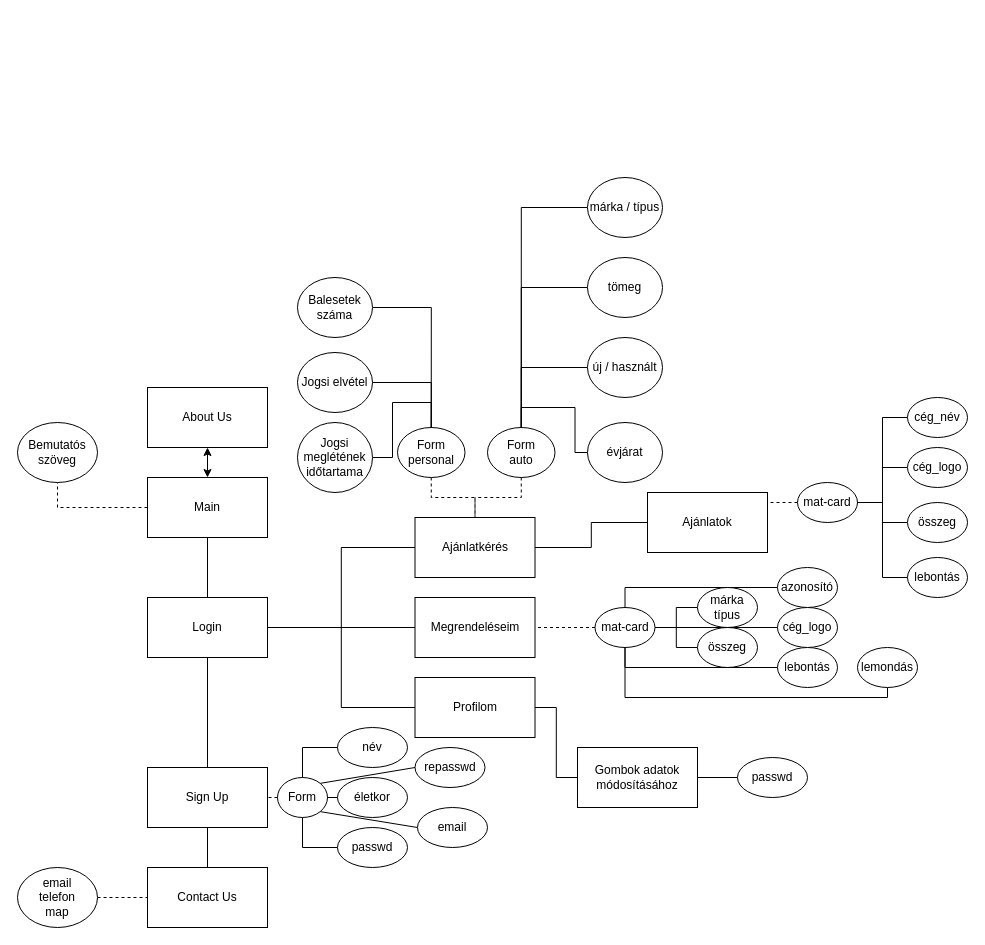
Earlier version of the draw.io diagram documentation/webkert.drawio (sc4n1a471/webkert-project). Source tidied: cells renumbered, new cells numbered last; positions are measured from the earlier drawing's top-left corner, leaving out a move shared by most shapes. Both pictures are drawn from the tidied source at 100%, with x=0, y=0 at pixel (17, 177).
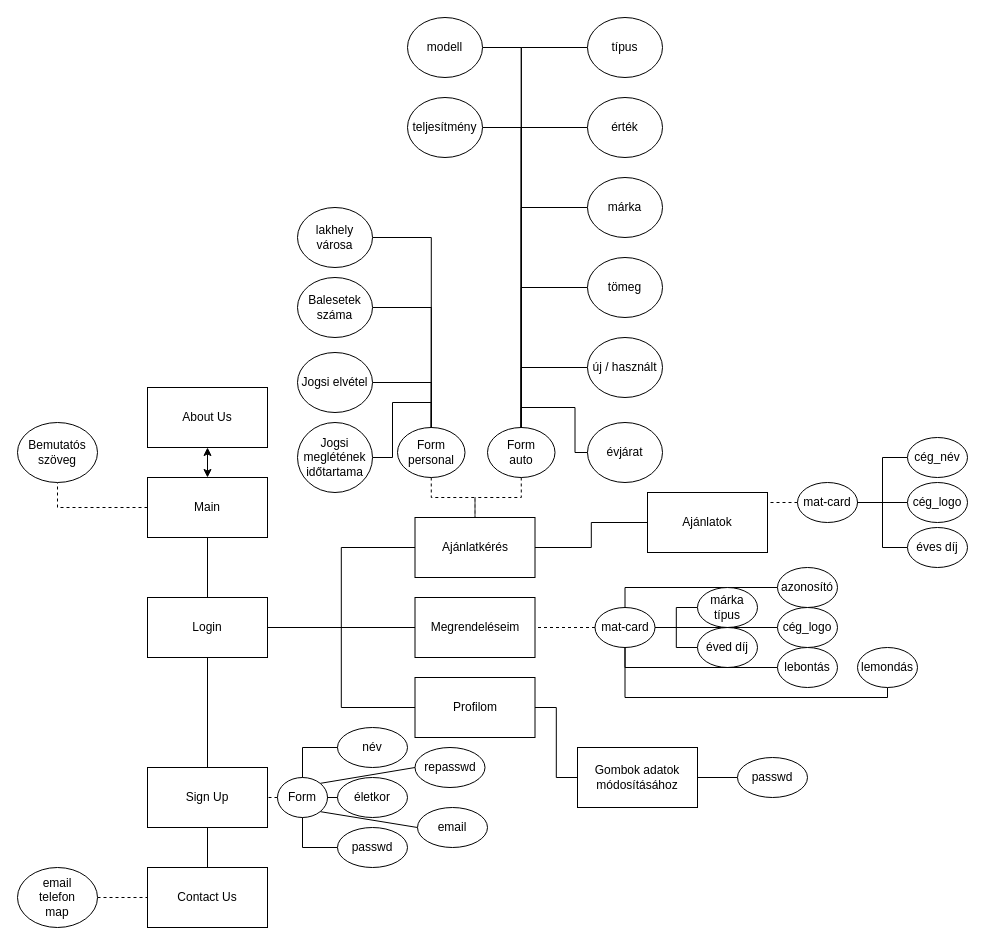
Above is the later version.

Unchanged cells that the change refers to:
```xml
<mxCell id="18" value="Form&lt;br&gt;personal" style="ellipse;whiteSpace=wrap;html=1;" parent="1" vertex="1">
  <mxGeometry x="380" y="250" width="67.5" height="50" as="geometry" />
</mxCell>
<mxCell id="39" value="mat-card" style="ellipse;whiteSpace=wrap;html=1;" parent="1" vertex="1">
  <mxGeometry x="780" y="305" width="60" height="40" as="geometry" />
</mxCell>
<mxCell id="50" value="Form&lt;br&gt;auto" style="ellipse;whiteSpace=wrap;html=1;" parent="1" vertex="1">
  <mxGeometry x="470" y="250" width="67.5" height="50" as="geometry" />
</mxCell>
```

Diff of the diagram source:
```diff
@@
     <mxCell id="41" value="cég_név" style="ellipse;whiteSpace=wrap;html=1;" parent="1" vertex="1">
-      <mxGeometry x="890" y="220" width="60" height="40" as="geometry" />
+      <mxGeometry x="890" y="260" width="60" height="40" as="geometry" />
     </mxCell>
@@
-    <mxCell id="43" value="összeg" style="ellipse;whiteSpace=wrap;html=1;" parent="1" vertex="1">
-      <mxGeometry x="890" y="325" width="60" height="40" as="geometry" />
+    <mxCell id="43" value="éves díj" style="ellipse;whiteSpace=wrap;html=1;" parent="1" vertex="1">
+      <mxGeometry x="890" y="350" width="60" height="40" as="geometry" />
     </mxCell>
-    <mxCell id="44" style="edgeStyle=orthogonalEdgeStyle;rounded=0;jettySize=auto;html=1;exitX=0;exitY=0.5;exitDx=0;exitDy=0;entryX=1;entryY=0.5;entryDx=0;entryDy=0;startArrow=none;startFill=0;endArrow=none;endFill=0;" parent="1" edge="1" source="45" target="39">
-      <mxGeometry relative="1" as="geometry" />
-    </mxCell>
-    <mxCell id="45" value="lebontás" style="ellipse;whiteSpace=wrap;html=1;" parent="1" vertex="1">
-      <mxGeometry x="890" y="380" width="60" height="40" as="geometry" />
-    </mxCell>
@@
     <mxCell id="47" value="cég_logo" style="ellipse;whiteSpace=wrap;html=1;" parent="1" vertex="1">
-      <mxGeometry x="890" y="270" width="60" height="40" as="geometry" />
+      <mxGeometry x="890" y="305" width="60" height="40" as="geometry" />
     </mxCell>
@@
-    <mxCell id="57" value="márka / típus" style="ellipse;whiteSpace=wrap;html=1;" parent="1" vertex="1">
+    <mxCell id="57" value="márka" style="ellipse;whiteSpace=wrap;html=1;" parent="1" vertex="1">
       <mxGeometry x="570" width="75" height="60" as="geometry" />
     </mxCell>
@@
-    <mxCell id="63" value="összeg" style="ellipse;whiteSpace=wrap;html=1;" parent="1" vertex="1">
+    <mxCell id="63" value="éved díj" style="ellipse;whiteSpace=wrap;html=1;" parent="1" vertex="1">
       <mxGeometry x="680" y="450" width="60" height="40" as="geometry" />
     </mxCell>
@@
+    <mxCell id="82" style="edgeStyle=orthogonalEdgeStyle;rounded=0;jettySize=auto;html=1;exitX=1;exitY=0.5;exitDx=0;exitDy=0;entryX=0.5;entryY=0;entryDx=0;entryDy=0;endArrow=none;endFill=0;" parent="1" edge="1" source="83" target="18">
+      <mxGeometry relative="1" as="geometry" />
+    </mxCell>
+    <mxCell id="83" value="lakhely városa" style="ellipse;whiteSpace=wrap;html=1;" parent="1" vertex="1">
+      <mxGeometry x="280" y="30" width="75" height="60" as="geometry" />
+    </mxCell>
+    <mxCell id="84" style="edgeStyle=orthogonalEdgeStyle;rounded=0;jettySize=auto;html=1;exitX=0;exitY=0.5;exitDx=0;exitDy=0;entryX=0.5;entryY=0;entryDx=0;entryDy=0;endArrow=none;endFill=0;" parent="1" edge="1" source="85" target="50">
+      <mxGeometry relative="1" as="geometry" />
+    </mxCell>
+    <mxCell id="85" value="érték" style="ellipse;whiteSpace=wrap;html=1;" parent="1" vertex="1">
+      <mxGeometry x="570" y="-80" width="75" height="60" as="geometry" />
+    </mxCell>
+    <mxCell id="86" style="edgeStyle=orthogonalEdgeStyle;rounded=0;jettySize=auto;html=1;exitX=0;exitY=0.5;exitDx=0;exitDy=0;entryX=0.5;entryY=0;entryDx=0;entryDy=0;endArrow=none;endFill=0;" parent="1" edge="1" source="87" target="50">
+      <mxGeometry relative="1" as="geometry" />
+    </mxCell>
+    <mxCell id="87" value="típus" style="ellipse;whiteSpace=wrap;html=1;" parent="1" vertex="1">
+      <mxGeometry x="570" y="-160" width="75" height="60" as="geometry" />
+    </mxCell>
+    <mxCell id="88" style="edgeStyle=orthogonalEdgeStyle;rounded=0;jettySize=auto;html=1;exitX=1;exitY=0.5;exitDx=0;exitDy=0;entryX=0.5;entryY=0;entryDx=0;entryDy=0;endArrow=none;endFill=0;" parent="1" edge="1" source="89" target="50">
+      <mxGeometry relative="1" as="geometry" />
+    </mxCell>
+    <mxCell id="89" value="modell" style="ellipse;whiteSpace=wrap;html=1;" parent="1" vertex="1">
+      <mxGeometry x="390" y="-160" width="75" height="60" as="geometry" />
+    </mxCell>
+    <mxCell id="90" style="edgeStyle=orthogonalEdgeStyle;rounded=0;jettySize=auto;html=1;exitX=1;exitY=0.5;exitDx=0;exitDy=0;entryX=0.5;entryY=0;entryDx=0;entryDy=0;endArrow=none;endFill=0;" parent="1" edge="1" source="91" target="50">
+      <mxGeometry relative="1" as="geometry" />
+    </mxCell>
+    <mxCell id="91" value="teljesítmény" style="ellipse;whiteSpace=wrap;html=1;" parent="1" vertex="1">
+      <mxGeometry x="390" y="-80" width="75" height="60" as="geometry" />
+    </mxCell>
```
